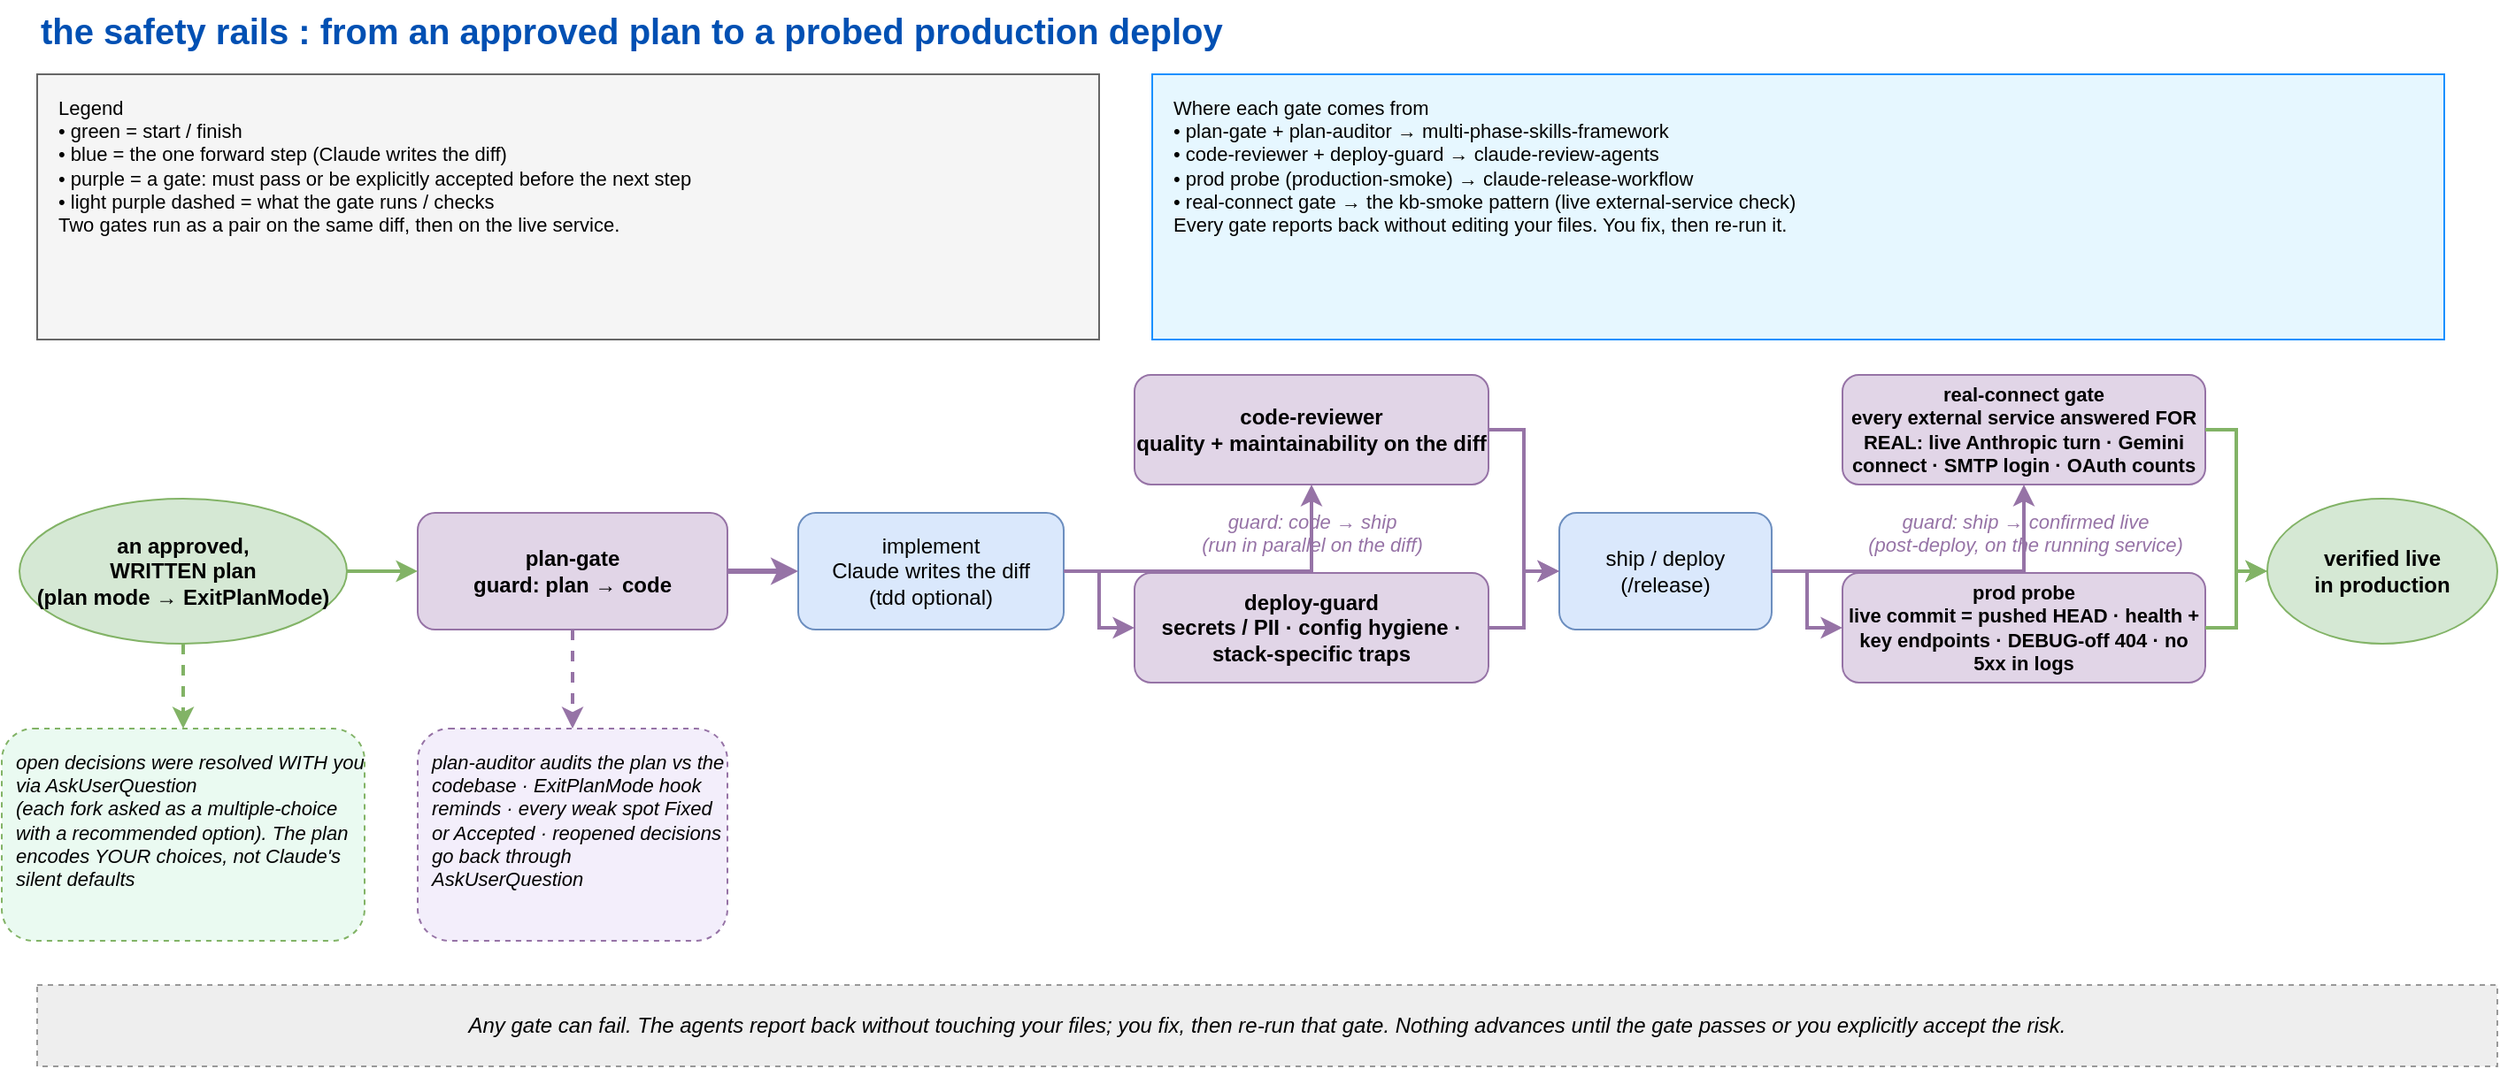
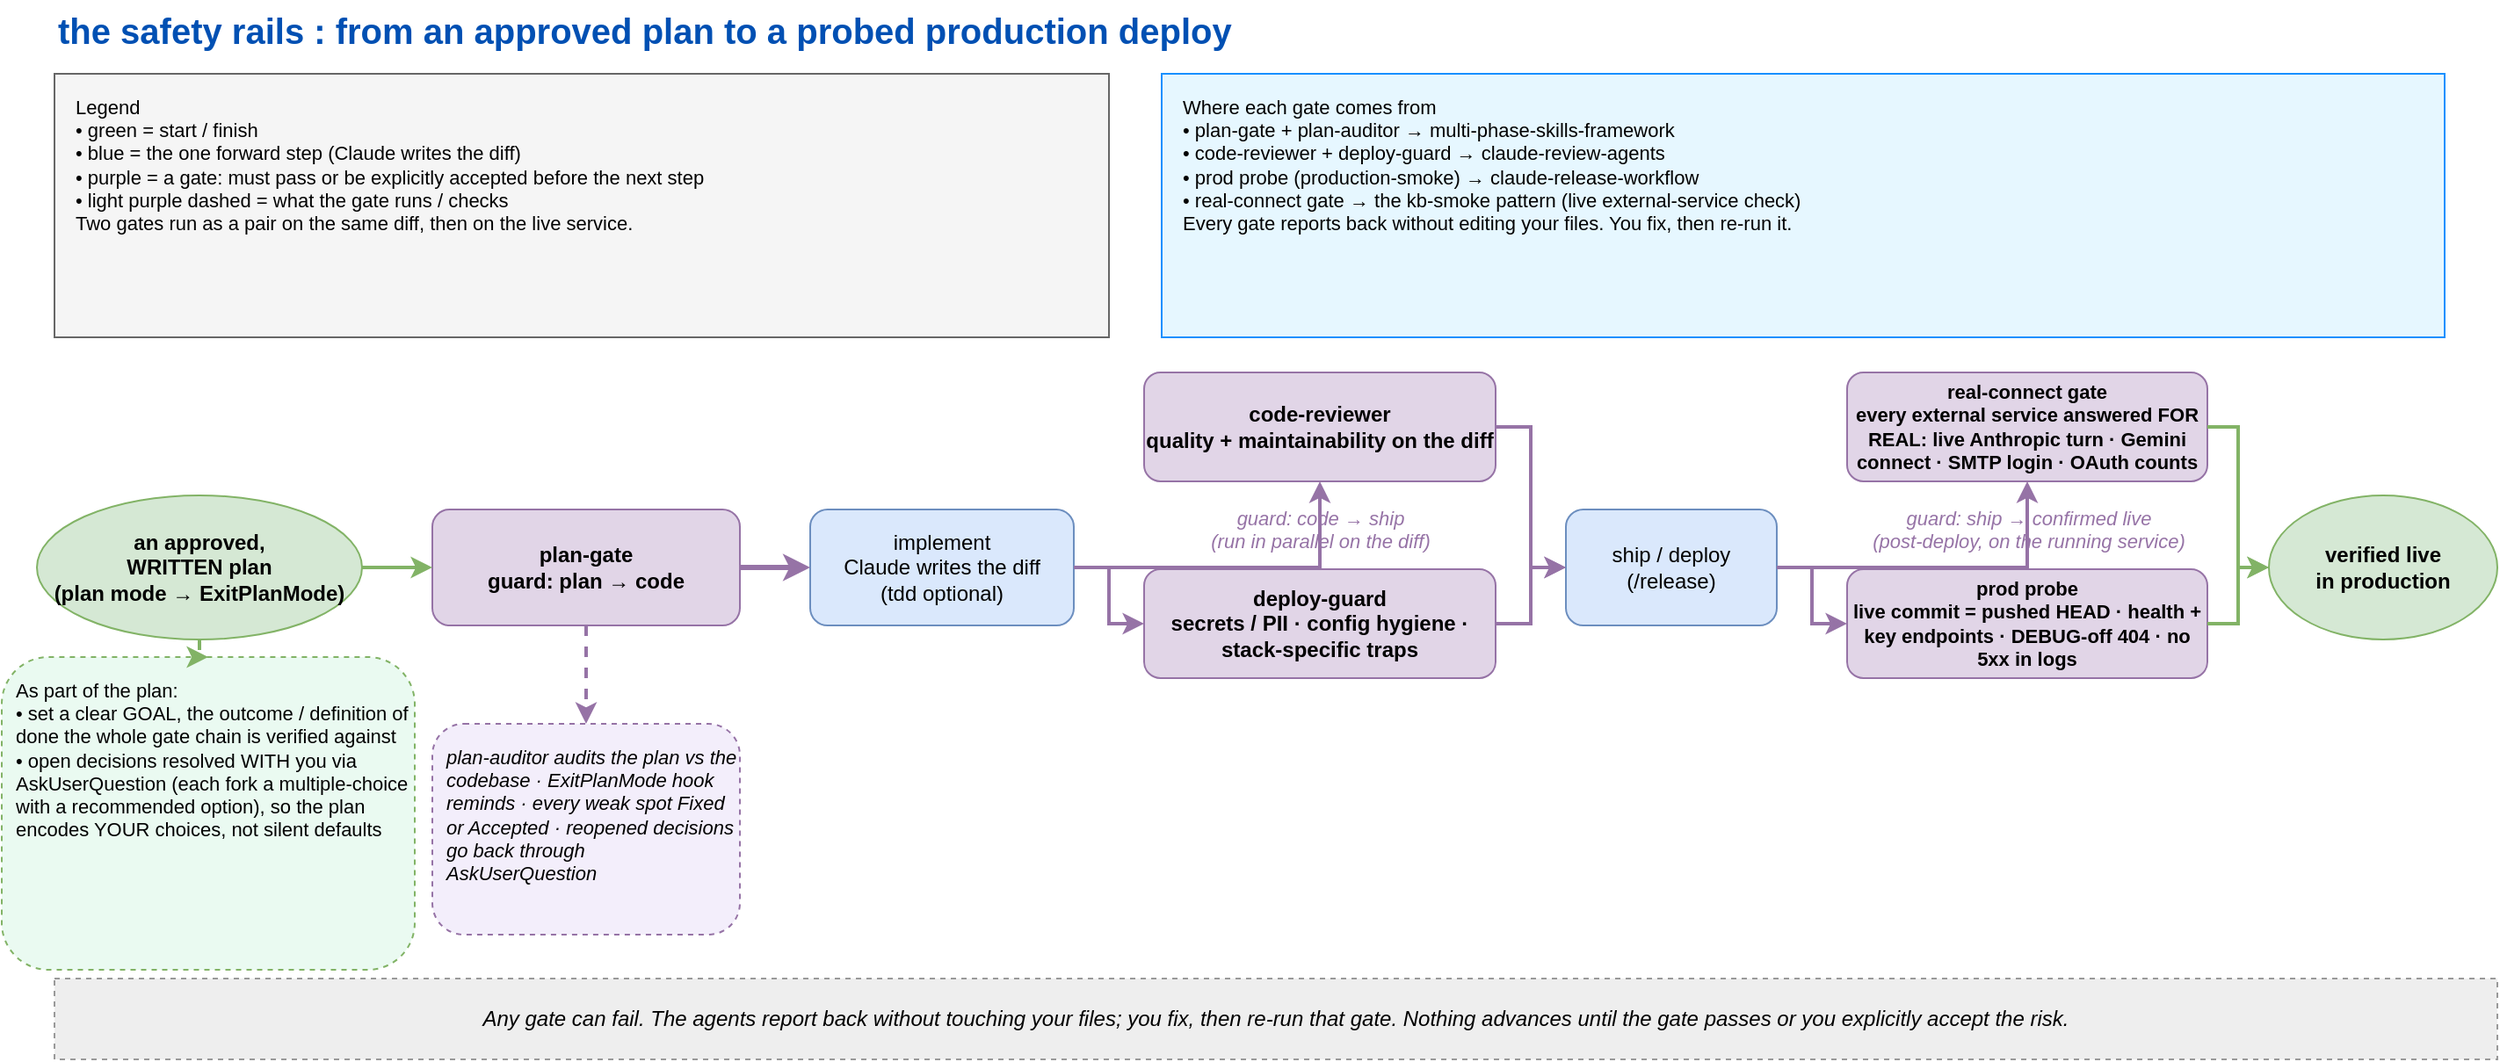
<mxfile host="app.diagrams.net" type="device">
  <diagram name="safety-rails" id="safetyrails">
    <mxGraphModel dx="1400" dy="800" grid="0" gridSize="10" guides="1" tooltips="1" connect="1" arrows="1" fold="1" page="1" pageScale="1" pageWidth="1440" pageHeight="640" math="0" shadow="0">
      <root>
        <mxCell id="0"/>
        <mxCell id="1" parent="0"/>

        <mxCell id="title" value="the safety rails : from an approved plan to a probed production deploy" style="text;html=1;fontSize=20;fontStyle=1;fontColor=#0050b3;align=left;verticalAlign=middle;fontFamily=Helvetica;" vertex="1" parent="1"><mxGeometry x="40" y="18" width="1360" height="34" as="geometry"/></mxCell>

        <mxCell id="legend" value="Legend&#10;• green = start / finish&#10;• blue = the one forward step (Claude writes the diff)&#10;• purple = a gate: must pass or be explicitly accepted before the next step&#10;• light purple dashed = what the gate runs / checks&#10;Two gates run as a pair on the same diff, then on the live service." style="rounded=0;fillColor=#f5f5f5;strokeColor=#666666;fontStyle=0;verticalAlign=top;align=left;spacingLeft=10;spacingTop=6;whiteSpace=wrap;html=1;fontFamily=Helvetica;fontSize=11;" vertex="1" parent="1"><mxGeometry x="40" y="60" width="600" height="150" as="geometry"/></mxCell>

        <mxCell id="prov" value="Where each gate comes from&#10;• plan-gate + plan-auditor  →  multi-phase-skills-framework&#10;• code-reviewer + deploy-guard  →  claude-review-agents&#10;• prod probe (production-smoke)  →  claude-release-workflow&#10;• real-connect gate  →  the kb-smoke pattern (live external-service check)&#10;Every gate reports back without editing your files. You fix, then re-run it." style="rounded=0;fillColor=#e6f7ff;strokeColor=#1890ff;fontStyle=0;verticalAlign=top;align=left;spacingLeft=10;spacingTop=6;whiteSpace=wrap;html=1;fontFamily=Helvetica;fontSize=11;" vertex="1" parent="1"><mxGeometry x="670" y="60" width="730" height="150" as="geometry"/></mxCell>

        <!-- START: the written plan -->
        <mxCell id="start" value="an approved,&#10;WRITTEN plan&#10;(plan mode → ExitPlanMode)" style="ellipse;fillColor=#d5e8d4;strokeColor=#82b366;html=1;whiteSpace=wrap;fontStyle=1;fontFamily=Helvetica;fontSize=12;" vertex="1" parent="1"><mxGeometry x="30" y="300" width="185" height="82" as="geometry"/></mxCell>
-         <mxCell id="auq" value="open decisions were resolved WITH you via AskUserQuestion&#10;(each fork asked as a multiple-choice with a recommended option). The plan encodes YOUR choices, not Claude's silent defaults" style="rounded=1;fillColor=#eafaf1;strokeColor=#82b366;html=1;whiteSpace=wrap;fontStyle=2;dashed=1;fontFamily=Helvetica;fontSize=11;verticalAlign=top;spacingTop=6;spacingLeft=6;align=left;" vertex="1" parent="1"><mxGeometry x="20" y="430" width="205" height="120" as="geometry"/></mxCell>
+         <mxCell id="auq" value="As part of the plan:&#10;• set a clear GOAL, the outcome / definition of done the whole gate chain is verified against&#10;• open decisions resolved WITH you via AskUserQuestion (each fork a multiple-choice with a recommended option), so the plan encodes YOUR choices, not silent defaults" style="rounded=1;fillColor=#eafaf1;strokeColor=#82b366;html=1;whiteSpace=wrap;fontStyle=0;dashed=1;fontFamily=Helvetica;fontSize=11;verticalAlign=top;spacingTop=6;spacingLeft=6;align=left;" vertex="1" parent="1"><mxGeometry x="10" y="392" width="235" height="178" as="geometry"/></mxCell>

        <!-- GATE 1: plan-gate -->
        <mxCell id="pg" value="plan-gate&#10;guard: plan → code" style="rounded=1;fillColor=#e1d5e7;strokeColor=#9673a6;html=1;whiteSpace=wrap;fontStyle=1;fontFamily=Helvetica;fontSize=12;" vertex="1" parent="1"><mxGeometry x="255" y="308" width="175" height="66" as="geometry"/></mxCell>
        <mxCell id="pgn" value="plan-auditor audits the plan vs the codebase · ExitPlanMode hook reminds · every weak spot Fixed or Accepted · reopened decisions go back through AskUserQuestion" style="rounded=1;fillColor=#f3eefb;strokeColor=#9673a6;html=1;whiteSpace=wrap;fontStyle=2;dashed=1;fontFamily=Helvetica;fontSize=11;verticalAlign=top;spacingTop=6;spacingLeft=6;align=left;" vertex="1" parent="1"><mxGeometry x="255" y="430" width="175" height="120" as="geometry"/></mxCell>

        <!-- IMPLEMENT -->
        <mxCell id="impl" value="implement&#10;Claude writes the diff&#10;(tdd optional)" style="rounded=1;fillColor=#dae8fc;strokeColor=#6c8ebf;html=1;whiteSpace=wrap;fontFamily=Helvetica;fontSize=12;" vertex="1" parent="1"><mxGeometry x="470" y="308" width="150" height="66" as="geometry"/></mxCell>

        <!-- GATE 2 pair: code-reviewer + deploy-guard -->
        <mxCell id="cr" value="code-reviewer&#10;quality + maintainability on the diff" style="rounded=1;fillColor=#e1d5e7;strokeColor=#9673a6;html=1;whiteSpace=wrap;fontStyle=1;fontFamily=Helvetica;fontSize=12;" vertex="1" parent="1"><mxGeometry x="660" y="230" width="200" height="62" as="geometry"/></mxCell>
        <mxCell id="dg" value="deploy-guard&#10;secrets / PII · config hygiene · stack-specific traps" style="rounded=1;fillColor=#e1d5e7;strokeColor=#9673a6;html=1;whiteSpace=wrap;fontStyle=1;fontFamily=Helvetica;fontSize=12;" vertex="1" parent="1"><mxGeometry x="660" y="342" width="200" height="62" as="geometry"/></mxCell>
        <mxCell id="pairlbl1" value="guard: code → ship&#10;(run in parallel on the diff)" style="text;html=1;fontSize=11;fontStyle=2;fontColor=#9673a6;align=center;fontFamily=Helvetica;" vertex="1" parent="1"><mxGeometry x="660" y="300" width="200" height="34" as="geometry"/></mxCell>

        <!-- SHIP -->
        <mxCell id="ship" value="ship / deploy&#10;(/release)" style="rounded=1;fillColor=#dae8fc;strokeColor=#6c8ebf;html=1;whiteSpace=wrap;fontFamily=Helvetica;fontSize=12;" vertex="1" parent="1"><mxGeometry x="900" y="308" width="120" height="66" as="geometry"/></mxCell>

        <!-- GATE 3 pair: real-connect + prod probe -->
        <mxCell id="rc" value="real-connect gate&#10;every external service answered FOR REAL: live Anthropic turn · Gemini connect · SMTP login · OAuth counts" style="rounded=1;fillColor=#e1d5e7;strokeColor=#9673a6;html=1;whiteSpace=wrap;fontStyle=1;fontFamily=Helvetica;fontSize=11;" vertex="1" parent="1"><mxGeometry x="1060" y="230" width="205" height="62" as="geometry"/></mxCell>
        <mxCell id="pp" value="prod probe&#10;live commit = pushed HEAD · health + key endpoints · DEBUG-off 404 · no 5xx in logs" style="rounded=1;fillColor=#e1d5e7;strokeColor=#9673a6;html=1;whiteSpace=wrap;fontStyle=1;fontFamily=Helvetica;fontSize=11;" vertex="1" parent="1"><mxGeometry x="1060" y="342" width="205" height="62" as="geometry"/></mxCell>
        <mxCell id="pairlbl2" value="guard: ship → confirmed live&#10;(post-deploy, on the running service)" style="text;html=1;fontSize=11;fontStyle=2;fontColor=#9673a6;align=center;fontFamily=Helvetica;" vertex="1" parent="1"><mxGeometry x="1060" y="300" width="205" height="34" as="geometry"/></mxCell>

        <!-- FINISH -->
        <mxCell id="finish" value="verified live&#10;in production" style="ellipse;fillColor=#d5e8d4;strokeColor=#82b366;html=1;whiteSpace=wrap;fontStyle=1;fontFamily=Helvetica;fontSize=12;" vertex="1" parent="1"><mxGeometry x="1300" y="300" width="130" height="82" as="geometry"/></mxCell>

        <!-- return band -->
        <mxCell id="band" value="Any gate can fail. The agents report back without touching your files; you fix, then re-run that gate. Nothing advances until the gate passes or you explicitly accept the risk." style="rounded=0;fillColor=#eeeeee;strokeColor=#999999;html=1;whiteSpace=wrap;fontStyle=2;dashed=1;verticalAlign=middle;align=center;fontFamily=Helvetica;fontSize=12;" vertex="1" parent="1"><mxGeometry x="40" y="575" width="1390" height="46" as="geometry"/></mxCell>

        <!-- edges: spine -->
        <mxCell id="e1" style="edgeStyle=orthogonalEdgeStyle;rounded=0;endArrow=classic;strokeColor=#82b366;strokeWidth=2;html=1;" edge="1" parent="1" source="start" target="pg"><mxGeometry relative="1" as="geometry"/></mxCell>
        <mxCell id="e2" style="edgeStyle=orthogonalEdgeStyle;rounded=0;endArrow=classic;strokeColor=#9673a6;strokeWidth=3;html=1;" edge="1" parent="1" source="pg" target="impl"><mxGeometry relative="1" as="geometry"/></mxCell>
        <mxCell id="e3a" style="edgeStyle=orthogonalEdgeStyle;rounded=0;endArrow=classic;strokeColor=#9673a6;strokeWidth=2;html=1;exitX=1;exitY=0.5;exitDx=0;exitDy=0;" edge="1" parent="1" source="impl" target="cr"><mxGeometry relative="1" as="geometry"/></mxCell>
        <mxCell id="e3b" style="edgeStyle=orthogonalEdgeStyle;rounded=0;endArrow=classic;strokeColor=#9673a6;strokeWidth=2;html=1;exitX=1;exitY=0.5;exitDx=0;exitDy=0;" edge="1" parent="1" source="impl" target="dg"><mxGeometry relative="1" as="geometry"/></mxCell>
        <mxCell id="e4a" style="edgeStyle=orthogonalEdgeStyle;rounded=0;endArrow=classic;strokeColor=#9673a6;strokeWidth=2;html=1;entryX=0;entryY=0.5;entryDx=0;entryDy=0;" edge="1" parent="1" source="cr" target="ship"><mxGeometry relative="1" as="geometry"/></mxCell>
        <mxCell id="e4b" style="edgeStyle=orthogonalEdgeStyle;rounded=0;endArrow=classic;strokeColor=#9673a6;strokeWidth=2;html=1;entryX=0;entryY=0.5;entryDx=0;entryDy=0;" edge="1" parent="1" source="dg" target="ship"><mxGeometry relative="1" as="geometry"/></mxCell>
        <mxCell id="e5a" style="edgeStyle=orthogonalEdgeStyle;rounded=0;endArrow=classic;strokeColor=#9673a6;strokeWidth=2;html=1;exitX=1;exitY=0.5;exitDx=0;exitDy=0;" edge="1" parent="1" source="ship" target="rc"><mxGeometry relative="1" as="geometry"/></mxCell>
        <mxCell id="e5b" style="edgeStyle=orthogonalEdgeStyle;rounded=0;endArrow=classic;strokeColor=#9673a6;strokeWidth=2;html=1;exitX=1;exitY=0.5;exitDx=0;exitDy=0;" edge="1" parent="1" source="ship" target="pp"><mxGeometry relative="1" as="geometry"/></mxCell>
        <mxCell id="e6a" style="edgeStyle=orthogonalEdgeStyle;rounded=0;endArrow=classic;strokeColor=#82b366;strokeWidth=2;html=1;entryX=0;entryY=0.5;entryDx=0;entryDy=0;" edge="1" parent="1" source="rc" target="finish"><mxGeometry relative="1" as="geometry"/></mxCell>
        <mxCell id="e6b" style="edgeStyle=orthogonalEdgeStyle;rounded=0;endArrow=classic;strokeColor=#82b366;strokeWidth=2;html=1;entryX=0;entryY=0.5;entryDx=0;entryDy=0;" edge="1" parent="1" source="pp" target="finish"><mxGeometry relative="1" as="geometry"/></mxCell>

        <!-- edges: notes -->
        <mxCell id="n1" style="edgeStyle=orthogonalEdgeStyle;rounded=0;endArrow=classic;strokeColor=#82b366;strokeWidth=2;dashed=1;html=1;" edge="1" parent="1" source="start" target="auq"><mxGeometry relative="1" as="geometry"/></mxCell>
        <mxCell id="n2" style="edgeStyle=orthogonalEdgeStyle;rounded=0;endArrow=classic;strokeColor=#9673a6;strokeWidth=2;dashed=1;html=1;" edge="1" parent="1" source="pg" target="pgn"><mxGeometry relative="1" as="geometry"/></mxCell>
      </root>
    </mxGraphModel>
  </diagram>
</mxfile>
